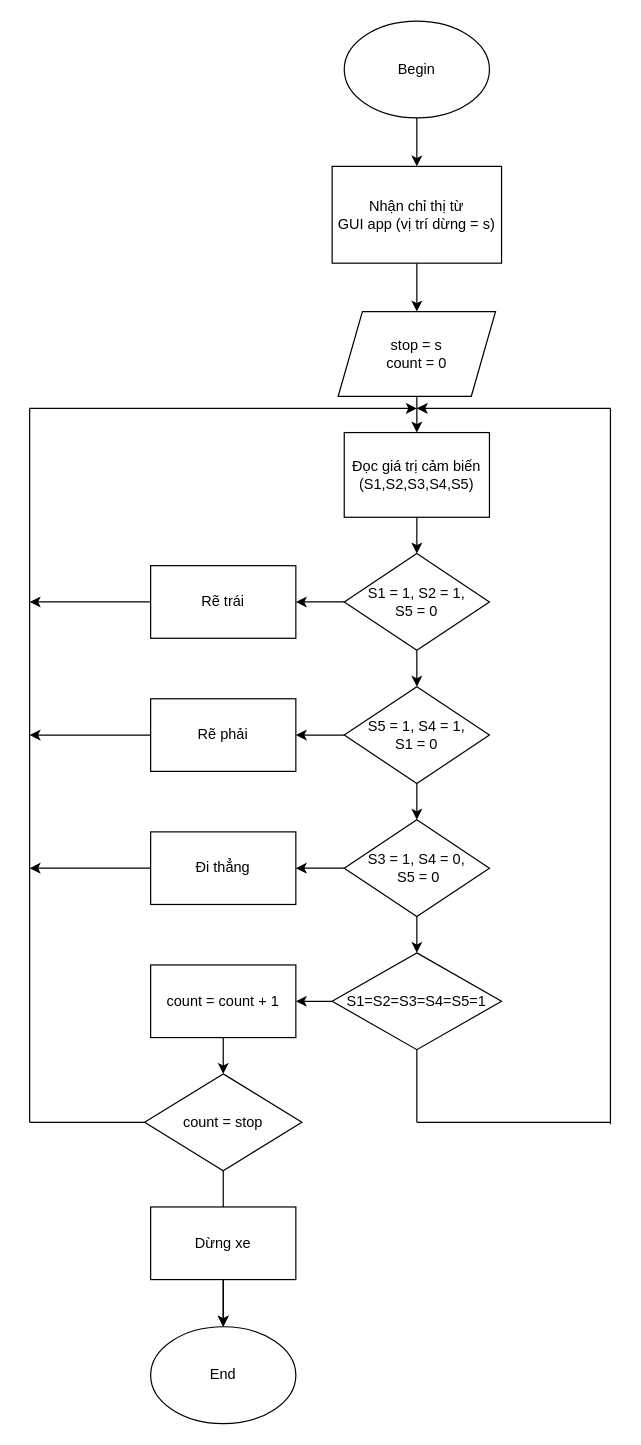
This is Untitled Diagram.drawio from manhph2211/Line-Follower-Robot, a draw.io file, before an edit. Source tidied: cells renumbered, new cells numbered last; positions are measured from the earlier drawing's top-left corner, leaving out a move shared by most shapes. Both pictures are drawn from the tidied source at 121%, with x=0, y=0 at pixel (29, 21).
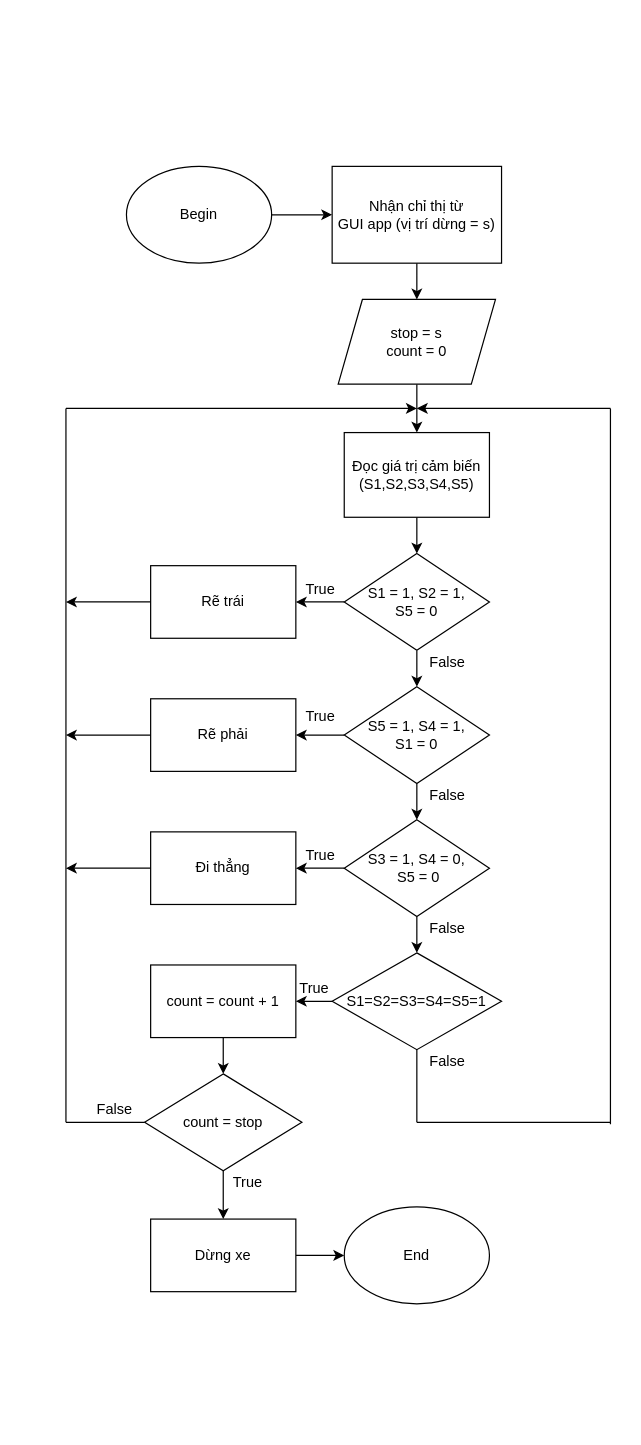
After the change.

Unchanged cells that the change refers to:
```xml
<mxCell id="11" value="Rẽ trái" style="rounded=0;whiteSpace=wrap;html=1;" parent="1" vertex="1">
  <mxGeometry x="100" y="450" width="120" height="60" as="geometry" />
</mxCell>
<mxCell id="17" value="Rẽ phải" style="rounded=0;whiteSpace=wrap;html=1;" parent="1" vertex="1">
  <mxGeometry x="100" y="560" width="120" height="60" as="geometry" />
</mxCell>
<mxCell id="21" value="Đi thẳng" style="rounded=0;whiteSpace=wrap;html=1;" parent="1" vertex="1">
  <mxGeometry x="100" y="670" width="120" height="60" as="geometry" />
</mxCell>
<mxCell id="25" value="count = stop" style="rhombus;whiteSpace=wrap;html=1;" parent="1" vertex="1">
  <mxGeometry x="95" y="870" width="130" height="80" as="geometry" />
</mxCell>
```

The edit, as a diff of the source:
```diff
@@
     <mxCell id="3" value="Begin" style="ellipse;whiteSpace=wrap;html=1;" parent="1" vertex="1">
-      <mxGeometry x="260" width="120" height="80" as="geometry" />
+      <mxGeometry x="80" y="120" width="120" height="80" as="geometry" />
     </mxCell>
@@
     <mxCell id="5" value="stop = s&lt;br&gt;count = 0" style="shape=parallelogram;perimeter=parallelogramPerimeter;whiteSpace=wrap;html=1;fixedSize=1;" parent="1" vertex="1">
-      <mxGeometry x="255" y="240" width="130" height="70" as="geometry" />
+      <mxGeometry x="255" y="230" width="130" height="70" as="geometry" />
     </mxCell>
@@
-    <mxCell id="24" style="edgeStyle=orthogonalEdgeStyle;rounded=0;jettySize=auto;html=1;" parent="1" edge="1" source="25" target="28">
-      <mxGeometry relative="1" as="geometry" />
-    </mxCell>
@@
     <mxCell id="27" value="Dừng xe" style="rounded=0;whiteSpace=wrap;html=1;" parent="1" vertex="1">
-      <mxGeometry x="100" y="980" width="120" height="60" as="geometry" />
+      <mxGeometry x="100" y="990" width="120" height="60" as="geometry" />
     </mxCell>
     <mxCell id="28" value="End&lt;br&gt;" style="ellipse;whiteSpace=wrap;html=1;" parent="1" vertex="1">
-      <mxGeometry x="100" y="1079" width="120" height="80" as="geometry" />
+      <mxGeometry x="260" y="980" width="120" height="80" as="geometry" />
     </mxCell>
@@
     <mxCell id="31" style="endArrow=none;html=1;exitX=0;exitY=0.5;exitDx=0;exitDy=0;" parent="1" edge="1" source="25">
       <mxGeometry relative="1" as="geometry">
-        <mxPoint y="910" as="targetPoint" />
+        <mxPoint x="30" y="910" as="targetPoint" />
       </mxGeometry>
     </mxCell>
@@
     <mxCell id="34" style="endArrow=classic;html=1;" parent="1" edge="1">
       <mxGeometry relative="1" as="geometry">
-        <mxPoint y="320" as="sourcePoint" />
+        <mxPoint x="30" y="320" as="sourcePoint" />
         <mxPoint x="320" y="320" as="targetPoint" />
       </mxGeometry>
     </mxCell>
     <mxCell id="35" style="endArrow=none;html=1;" parent="1" edge="1">
       <mxGeometry relative="1" as="geometry">
-        <mxPoint y="910" as="sourcePoint" />
-        <mxPoint y="320" as="targetPoint" />
+        <mxPoint x="30" y="910" as="sourcePoint" />
+        <mxPoint x="30" y="320" as="targetPoint" />
       </mxGeometry>
     </mxCell>
     <mxCell id="36" style="endArrow=classic;html=1;exitX=0;exitY=0.5;exitDx=0;exitDy=0;" parent="1" edge="1" source="11">
       <mxGeometry relative="1" as="geometry">
-        <mxPoint y="480" as="targetPoint" />
+        <mxPoint x="30" y="480" as="targetPoint" />
       </mxGeometry>
     </mxCell>
     <mxCell id="37" style="endArrow=classic;html=1;exitX=0;exitY=0.5;exitDx=0;exitDy=0;" parent="1" edge="1" source="17">
       <mxGeometry relative="1" as="geometry">
-        <mxPoint y="590" as="targetPoint" />
+        <mxPoint x="30" y="590" as="targetPoint" />
       </mxGeometry>
     </mxCell>
     <mxCell id="38" style="endArrow=classic;html=1;exitX=0;exitY=0.5;exitDx=0;exitDy=0;" parent="1" edge="1" source="21">
       <mxGeometry relative="1" as="geometry">
-        <mxPoint y="700" as="targetPoint" />
+        <mxPoint x="30" y="700" as="targetPoint" />
       </mxGeometry>
     </mxCell>
@@
+    <mxCell id="41" value="True" style="text;html=1;align=center;verticalAlign=middle;strokeColor=none;" parent="1" vertex="1">
+      <mxGeometry x="220" y="460" width="40" height="20" as="geometry" />
+    </mxCell>
+    <mxCell id="42" value="True" style="text;html=1;align=center;verticalAlign=middle;strokeColor=none;" parent="1" vertex="1">
+      <mxGeometry x="220" y="564.5" width="40" height="20" as="geometry" />
+    </mxCell>
+    <mxCell id="43" value="True" style="text;html=1;align=center;verticalAlign=middle;strokeColor=none;" parent="1" vertex="1">
+      <mxGeometry x="220" y="680" width="40" height="20" as="geometry" />
+    </mxCell>
+    <mxCell id="44" value="True" style="text;html=1;align=center;verticalAlign=middle;strokeColor=none;" parent="1" vertex="1">
+      <mxGeometry x="215" y="790" width="40" height="20" as="geometry" />
+    </mxCell>
+    <mxCell id="45" value="False" style="text;html=1;align=center;verticalAlign=middle;strokeColor=none;" parent="1" vertex="1">
+      <mxGeometry x="320" y="520" width="50" height="20" as="geometry" />
+    </mxCell>
+    <mxCell id="46" value="False" style="text;html=1;align=center;verticalAlign=middle;strokeColor=none;" parent="1" vertex="1">
+      <mxGeometry x="320" y="630" width="50" height="20" as="geometry" />
+    </mxCell>
+    <mxCell id="47" value="False" style="text;html=1;align=center;verticalAlign=middle;strokeColor=none;" parent="1" vertex="1">
+      <mxGeometry x="320" y="740" width="50" height="20" as="geometry" />
+    </mxCell>
+    <mxCell id="48" value="False" style="text;html=1;align=center;verticalAlign=middle;strokeColor=none;" parent="1" vertex="1">
+      <mxGeometry x="320" y="850" width="50" height="20" as="geometry" />
+    </mxCell>
+    <mxCell id="49" value="False" style="text;html=1;align=center;verticalAlign=middle;strokeColor=none;" parent="1" vertex="1">
+      <mxGeometry x="45" y="890" width="50" height="20" as="geometry" />
+    </mxCell>
+    <mxCell id="50" value="True" style="text;html=1;align=center;verticalAlign=middle;strokeColor=none;" parent="1" vertex="1">
+      <mxGeometry x="160" y="950" width="40" height="20" as="geometry" />
+    </mxCell>
+    <mxCell id="51" style="endArrow=classic;html=1;exitX=0.5;exitY=1;exitDx=0;exitDy=0;entryX=0.5;entryY=0;entryDx=0;entryDy=0;" parent="1" edge="1" source="25" target="27">
+      <mxGeometry relative="1" as="geometry" />
+    </mxCell>
```
